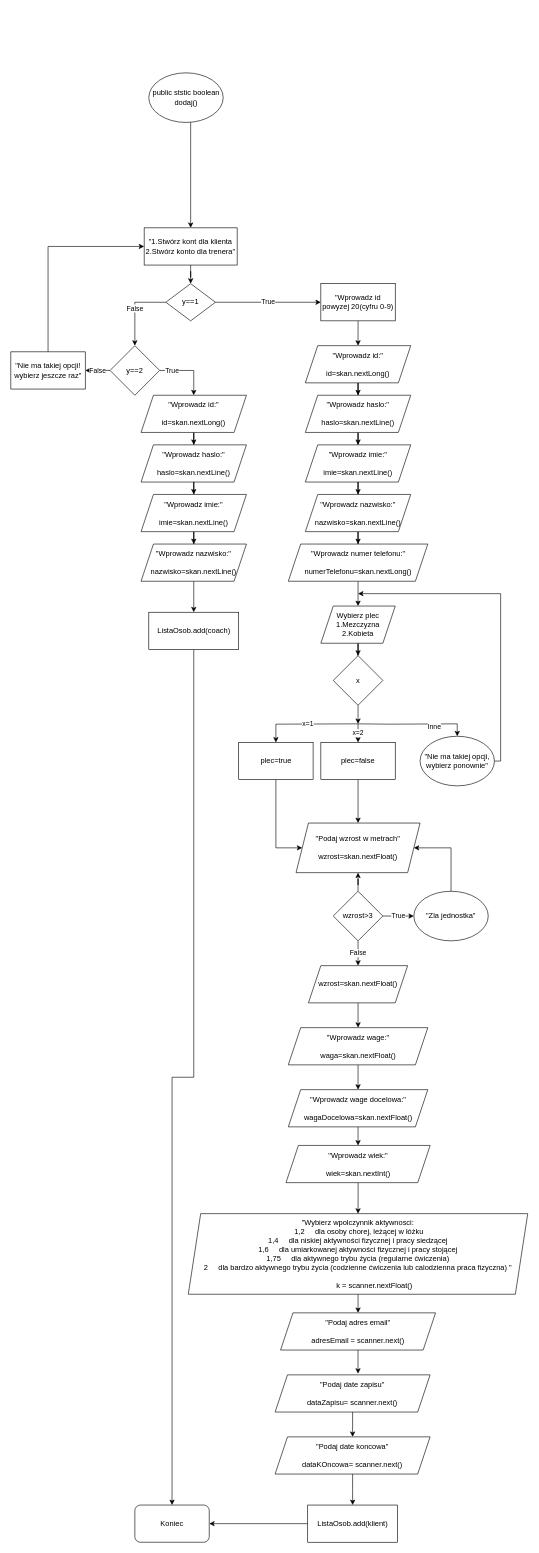
The draw.io diagram page "Page-4" (4 of 5) of Untitled Diagram.drawio in szarl/Projekt-Programowanie-Obiektowe, before the edit. Source tidied: cells renumbered, new cells numbered last; positions are measured from the earlier drawing's top-left corner, leaving out a move shared by most shapes. Both pictures are drawn from the tidied source at 62%, with x=0, y=0 at pixel (11, 73).
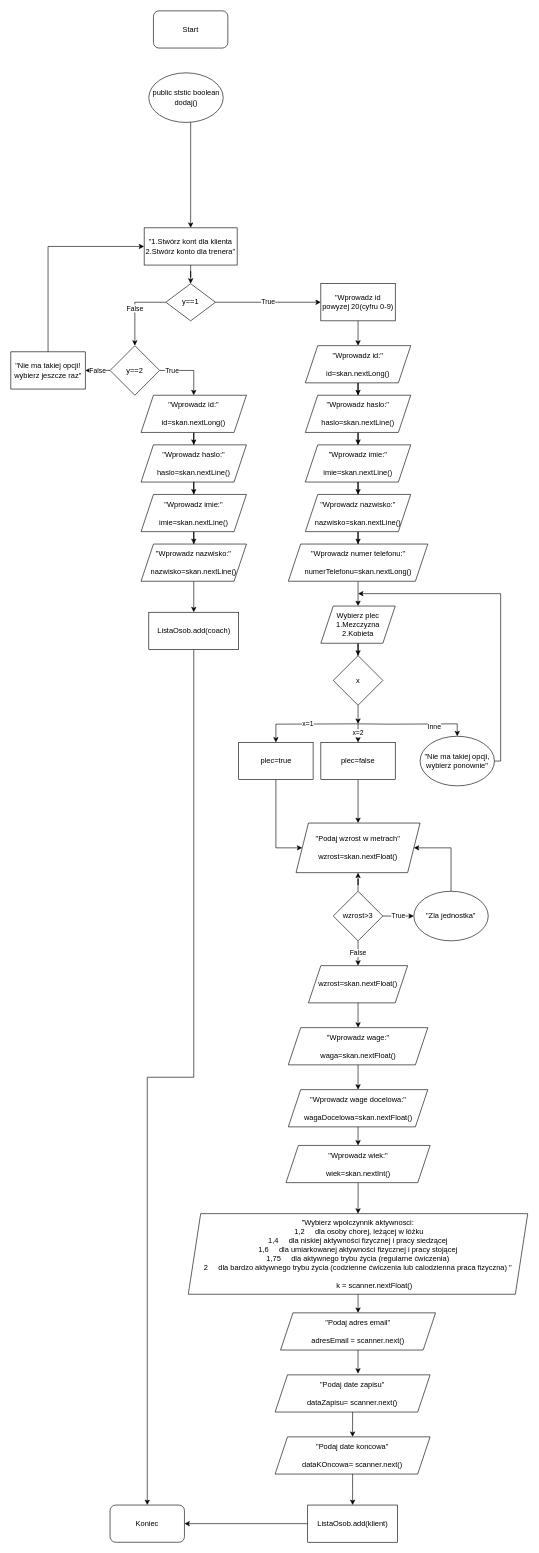
The same page after the edit.

The edit, as a diff of the source:
```diff
@@
     <mxCell id="76" value="Koniec" style="rounded=1;whiteSpace=wrap;html=1;" parent="1" vertex="1">
-      <mxGeometry x="200" y="2310" width="120" height="60" as="geometry" />
+      <mxGeometry x="160" y="2310" width="120" height="60" as="geometry" />
     </mxCell>
+    <mxCell id="77" value="Start" style="rounded=1;whiteSpace=wrap;html=1;" parent="1" vertex="1">
+      <mxGeometry x="230" y="-100" width="120" height="60" as="geometry" />
+    </mxCell>
```
